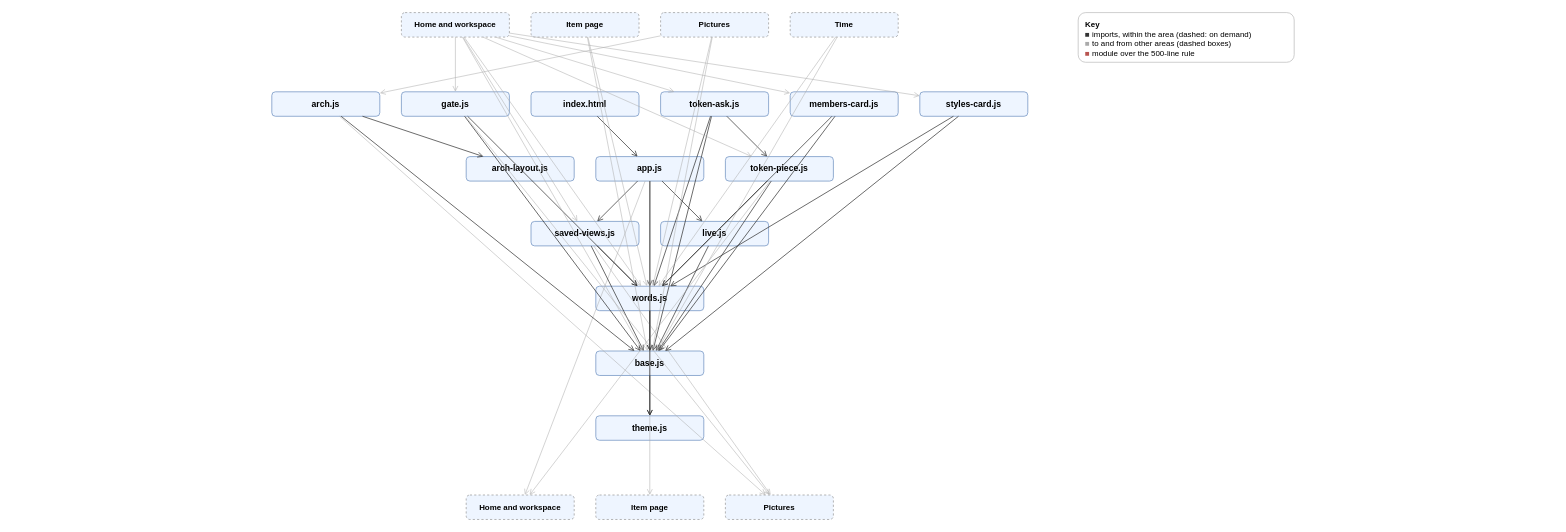
AlexReiner98/archipelago keeps this draw.io diagram as page "UI: Shell" (14 of 19) of docs/diagrams/modules.drawio. Above is the earlier version. Source tidied: cells renumbered, new cells numbered last; positions are measured from the earlier drawing's top-left corner, leaving out a move shared by most shapes. Both pictures are drawn from the tidied source at 72%, with x=0, y=0 at pixel (271, 12).
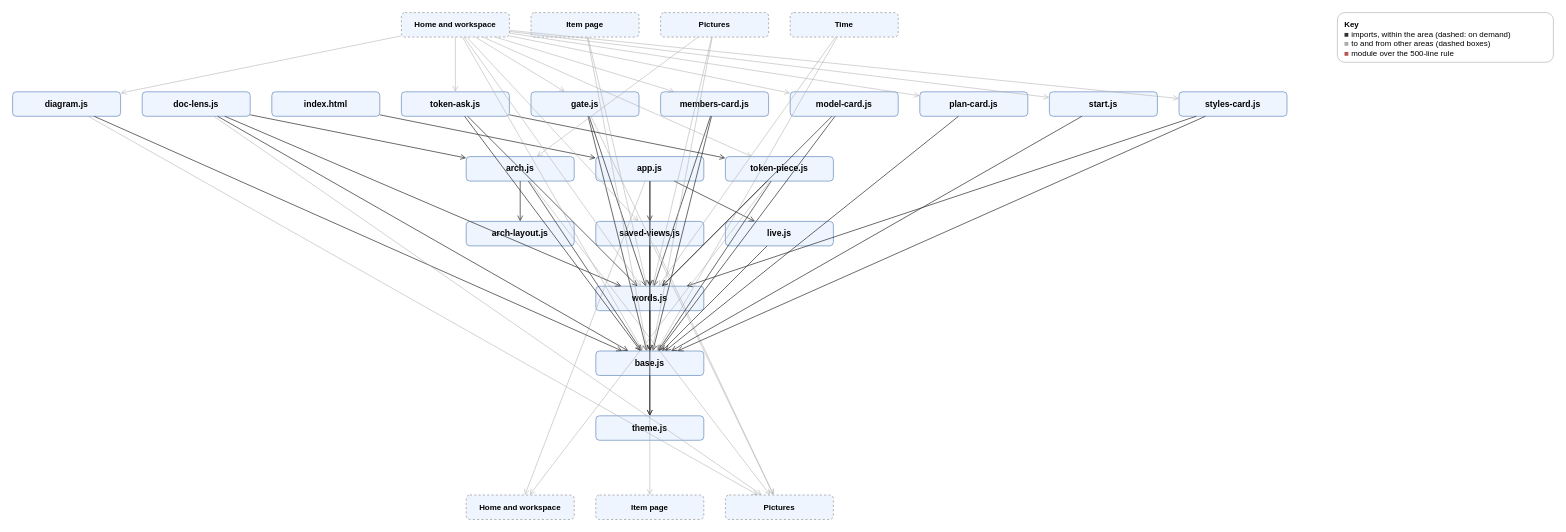
Above is the later version.

The change refers to these unchanged cells:
```xml
<mxCell id="2" value="&lt;b&gt;Home and workspace&lt;/b&gt;" style="rounded=1;html=1;whiteSpace=wrap;dashed=1;fontSize=11;fillColor=#eef5ff;strokeColor=#999999;" parent="1" vertex="1">
  <mxGeometry x="180" width="150" height="34" as="geometry" />
</mxCell>
<mxCell id="17" value="words.js" style="rounded=1;html=1;whiteSpace=wrap;fontSize=12;fontStyle=1;fillColor=#eef5ff;strokeColor=#6c8ebf;" parent="1" vertex="1">
  <mxGeometry x="450" y="380" width="150" height="34" as="geometry" />
</mxCell>
<mxCell id="18" value="base.js" style="rounded=1;html=1;whiteSpace=wrap;fontSize=12;fontStyle=1;fillColor=#eef5ff;strokeColor=#6c8ebf;" parent="1" vertex="1">
  <mxGeometry x="450" y="470" width="150" height="34" as="geometry" />
</mxCell>
<mxCell id="22" value="&lt;b&gt;Pictures&lt;/b&gt;" style="rounded=1;html=1;whiteSpace=wrap;dashed=1;fontSize=11;fillColor=#eef5ff;strokeColor=#999999;" parent="1" vertex="1">
  <mxGeometry x="630" y="670" width="150" height="34" as="geometry" />
</mxCell>
```

What changed in the source:
```diff
@@
-    <mxCell id="6" value="arch.js" style="rounded=1;html=1;whiteSpace=wrap;fontSize=12;fontStyle=1;fillColor=#eef5ff;strokeColor=#6c8ebf;" parent="1" vertex="1">
-      <mxGeometry y="110" width="150" height="34" as="geometry" />
-    </mxCell>
-    <mxCell id="7" value="gate.js" style="rounded=1;html=1;whiteSpace=wrap;fontSize=12;fontStyle=1;fillColor=#eef5ff;strokeColor=#6c8ebf;" parent="1" vertex="1">
-      <mxGeometry x="180" y="110" width="150" height="34" as="geometry" />
-    </mxCell>
+    <mxCell id="69" value="diagram.js" style="rounded=1;html=1;whiteSpace=wrap;fontSize=12;fontStyle=1;fillColor=#eef5ff;strokeColor=#6c8ebf;" parent="1" vertex="1">
+      <mxGeometry x="-360" y="110" width="150" height="34" as="geometry" />
+    </mxCell>
+    <mxCell id="70" value="doc-lens.js" style="rounded=1;html=1;whiteSpace=wrap;fontSize=12;fontStyle=1;fillColor=#eef5ff;strokeColor=#6c8ebf;" parent="1" vertex="1">
+      <mxGeometry x="-180" y="110" width="150" height="34" as="geometry" />
+    </mxCell>
     <mxCell id="8" value="index.html" style="rounded=1;html=1;whiteSpace=wrap;fontSize=12;fontStyle=1;fillColor=#eef5ff;strokeColor=#6c8ebf;" parent="1" vertex="1">
-      <mxGeometry x="360" y="110" width="150" height="34" as="geometry" />
+      <mxGeometry y="110" width="150" height="34" as="geometry" />
     </mxCell>
     <mxCell id="9" value="token-ask.js" style="rounded=1;html=1;whiteSpace=wrap;fontSize=12;fontStyle=1;fillColor=#eef5ff;strokeColor=#6c8ebf;" parent="1" vertex="1">
-      <mxGeometry x="540" y="110" width="150" height="34" as="geometry" />
+      <mxGeometry x="180" y="110" width="150" height="34" as="geometry" />
     </mxCell>
+    <mxCell id="7" value="gate.js" style="rounded=1;html=1;whiteSpace=wrap;fontSize=12;fontStyle=1;fillColor=#eef5ff;strokeColor=#6c8ebf;" parent="1" vertex="1">
+      <mxGeometry x="360" y="110" width="150" height="34" as="geometry" />
+    </mxCell>
     <mxCell id="10" value="members-card.js" style="rounded=1;html=1;whiteSpace=wrap;fontSize=12;fontStyle=1;fillColor=#eef5ff;strokeColor=#6c8ebf;" parent="1" vertex="1">
-      <mxGeometry x="720" y="110" width="150" height="34" as="geometry" />
+      <mxGeometry x="540" y="110" width="150" height="34" as="geometry" />
     </mxCell>
+    <mxCell id="71" value="model-card.js" style="rounded=1;html=1;whiteSpace=wrap;fontSize=12;fontStyle=1;fillColor=#eef5ff;strokeColor=#6c8ebf;" parent="1" vertex="1">
+      <mxGeometry x="720" y="110" width="150" height="34" as="geometry" />
+    </mxCell>
+    <mxCell id="72" value="plan-card.js" style="rounded=1;html=1;whiteSpace=wrap;fontSize=12;fontStyle=1;fillColor=#eef5ff;strokeColor=#6c8ebf;" parent="1" vertex="1">
+      <mxGeometry x="900" y="110" width="150" height="34" as="geometry" />
+    </mxCell>
+    <mxCell id="73" value="start.js" style="rounded=1;html=1;whiteSpace=wrap;fontSize=12;fontStyle=1;fillColor=#eef5ff;strokeColor=#6c8ebf;" parent="1" vertex="1">
+      <mxGeometry x="1080" y="110" width="150" height="34" as="geometry" />
+    </mxCell>
     <mxCell id="11" value="styles-card.js" style="rounded=1;html=1;whiteSpace=wrap;fontSize=12;fontStyle=1;fillColor=#eef5ff;strokeColor=#6c8ebf;" parent="1" vertex="1">
-      <mxGeometry x="900" y="110" width="150" height="34" as="geometry" />
+      <mxGeometry x="1260" y="110" width="150" height="34" as="geometry" />
     </mxCell>
-    <mxCell id="12" value="arch-layout.js" style="rounded=1;html=1;whiteSpace=wrap;fontSize=12;fontStyle=1;fillColor=#eef5ff;strokeColor=#6c8ebf;" parent="1" vertex="1">
-      <mxGeometry x="270" y="200" width="150" height="34" as="geometry" />
-    </mxCell>
+    <mxCell id="6" value="arch.js" style="rounded=1;html=1;whiteSpace=wrap;fontSize=12;fontStyle=1;fillColor=#eef5ff;strokeColor=#6c8ebf;" parent="1" vertex="1">
+      <mxGeometry x="270" y="200" width="150" height="34" as="geometry" />
+    </mxCell>
@@
+    <mxCell id="12" value="arch-layout.js" style="rounded=1;html=1;whiteSpace=wrap;fontSize=12;fontStyle=1;fillColor=#eef5ff;strokeColor=#6c8ebf;" parent="1" vertex="1">
+      <mxGeometry x="270" y="290" width="150" height="34" as="geometry" />
+    </mxCell>
     <mxCell id="15" value="saved-views.js" style="rounded=1;html=1;whiteSpace=wrap;fontSize=12;fontStyle=1;fillColor=#eef5ff;strokeColor=#6c8ebf;" parent="1" vertex="1">
-      <mxGeometry x="360" y="290" width="150" height="34" as="geometry" />
+      <mxGeometry x="450" y="290" width="150" height="34" as="geometry" />
     </mxCell>
     <mxCell id="16" value="live.js" style="rounded=1;html=1;whiteSpace=wrap;fontSize=12;fontStyle=1;fillColor=#eef5ff;strokeColor=#6c8ebf;" parent="1" vertex="1">
-      <mxGeometry x="540" y="290" width="150" height="34" as="geometry" />
+      <mxGeometry x="630" y="290" width="150" height="34" as="geometry" />
     </mxCell>
@@
     <mxCell id="23" value="&lt;b&gt;Key&lt;/b&gt;&lt;br&gt;&lt;font color=&quot;#333333&quot;&gt;■&lt;/font&gt; imports, within the area (dashed: on demand)&lt;br&gt;&lt;font color=&quot;#aaaaaa&quot;&gt;■&lt;/font&gt; to and from other areas (dashed boxes)&lt;br&gt;&lt;font color=&quot;#b85450&quot;&gt;■&lt;/font&gt; module over the 500-line rule" style="rounded=1;html=1;whiteSpace=wrap;align=left;verticalAlign=top;spacingLeft=8;spacingTop=4;fillColor=#ffffff;strokeColor=#bbbbbb;fontSize=11;" parent="1" vertex="1">
-      <mxGeometry x="1120" width="300" height="69" as="geometry" />
+      <mxGeometry x="1480" width="300" height="69" as="geometry" />
     </mxCell>
@@
-    <mxCell id="33" style="html=1;endArrow=open;strokeColor=#333333;dashed=0;opacity=100;" parent="1" edge="1" source="15" target="18">
-      <mxGeometry relative="1" as="geometry" />
-    </mxCell>
-    <mxCell id="34" style="html=1;endArrow=open;strokeColor=#333333;dashed=0;opacity=100;" parent="1" edge="1" source="15" target="17">
-      <mxGeometry relative="1" as="geometry" />
-    </mxCell>
-    <mxCell id="35" style="html=1;endArrow=open;strokeColor=#aaaaaa;dashed=0;opacity=70;" parent="1" edge="1" source="15" target="22">
-      <mxGeometry relative="1" as="geometry" />
-    </mxCell>
@@
+    <mxCell id="74" style="html=1;endArrow=open;strokeColor=#333333;dashed=0;opacity=100;" parent="1" edge="1" source="69" target="18">
+      <mxGeometry relative="1" as="geometry" />
+    </mxCell>
+    <mxCell id="75" style="html=1;endArrow=open;strokeColor=#aaaaaa;dashed=0;opacity=70;" parent="1" edge="1" source="69" target="22">
+      <mxGeometry relative="1" as="geometry" />
+    </mxCell>
+    <mxCell id="76" style="html=1;endArrow=open;strokeColor=#333333;dashed=0;opacity=100;" parent="1" edge="1" source="70" target="18">
+      <mxGeometry relative="1" as="geometry" />
+    </mxCell>
+    <mxCell id="77" style="html=1;endArrow=open;strokeColor=#333333;dashed=0;opacity=100;" parent="1" edge="1" source="70" target="6">
+      <mxGeometry relative="1" as="geometry" />
+    </mxCell>
+    <mxCell id="78" style="html=1;endArrow=open;strokeColor=#333333;dashed=0;opacity=100;" parent="1" edge="1" source="70" target="17">
+      <mxGeometry relative="1" as="geometry" />
+    </mxCell>
+    <mxCell id="79" style="html=1;endArrow=open;strokeColor=#aaaaaa;dashed=0;opacity=70;" parent="1" edge="1" source="70" target="22">
+      <mxGeometry relative="1" as="geometry" />
+    </mxCell>
@@
+    <mxCell id="80" style="html=1;endArrow=open;strokeColor=#333333;dashed=0;opacity=100;" parent="1" edge="1" source="71" target="18">
+      <mxGeometry relative="1" as="geometry" />
+    </mxCell>
+    <mxCell id="81" style="html=1;endArrow=open;strokeColor=#333333;dashed=0;opacity=100;" parent="1" edge="1" source="71" target="17">
+      <mxGeometry relative="1" as="geometry" />
+    </mxCell>
+    <mxCell id="82" style="html=1;endArrow=open;strokeColor=#333333;dashed=0;opacity=100;" parent="1" edge="1" source="72" target="18">
+      <mxGeometry relative="1" as="geometry" />
+    </mxCell>
+    <mxCell id="33" style="html=1;endArrow=open;strokeColor=#333333;dashed=0;opacity=100;" parent="1" edge="1" source="15" target="18">
+      <mxGeometry relative="1" as="geometry" />
+    </mxCell>
+    <mxCell id="34" style="html=1;endArrow=open;strokeColor=#333333;dashed=0;opacity=100;" parent="1" edge="1" source="15" target="17">
+      <mxGeometry relative="1" as="geometry" />
+    </mxCell>
+    <mxCell id="35" style="html=1;endArrow=open;strokeColor=#aaaaaa;dashed=0;opacity=70;" parent="1" edge="1" source="15" target="22">
+      <mxGeometry relative="1" as="geometry" />
+    </mxCell>
+    <mxCell id="83" style="html=1;endArrow=open;strokeColor=#333333;dashed=0;opacity=100;" parent="1" edge="1" source="73" target="18">
+      <mxGeometry relative="1" as="geometry" />
+    </mxCell>
@@
-    <mxCell id="54" style="html=1;endArrow=open;strokeColor=#aaaaaa;dashed=0;opacity=70;" parent="1" edge="1" source="2" target="15">
-      <mxGeometry relative="1" as="geometry" />
-    </mxCell>
@@
+    <mxCell id="84" style="html=1;endArrow=open;strokeColor=#aaaaaa;dashed=0;opacity=70;" parent="1" edge="1" source="2" target="69">
+      <mxGeometry relative="1" as="geometry" />
+    </mxCell>
@@
+    <mxCell id="85" style="html=1;endArrow=open;strokeColor=#aaaaaa;dashed=0;opacity=70;" parent="1" edge="1" source="2" target="71">
+      <mxGeometry relative="1" as="geometry" />
+    </mxCell>
+    <mxCell id="86" style="html=1;endArrow=open;strokeColor=#aaaaaa;dashed=0;opacity=70;" parent="1" edge="1" source="2" target="72">
+      <mxGeometry relative="1" as="geometry" />
+    </mxCell>
+    <mxCell id="54" style="html=1;endArrow=open;strokeColor=#aaaaaa;dashed=0;opacity=70;" parent="1" edge="1" source="2" target="15">
+      <mxGeometry relative="1" as="geometry" />
+    </mxCell>
+    <mxCell id="87" style="html=1;endArrow=open;strokeColor=#aaaaaa;dashed=0;opacity=70;" parent="1" edge="1" source="2" target="73">
+      <mxGeometry relative="1" as="geometry" />
+    </mxCell>
```
